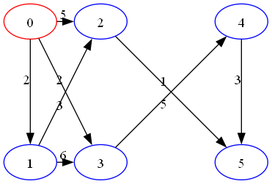
Earlier version of the Graphviz export Projekt/rysunek.png (Erdahil/AiSD2-projekt). Its source is kept beside it as Projekt/rysunek.dot.
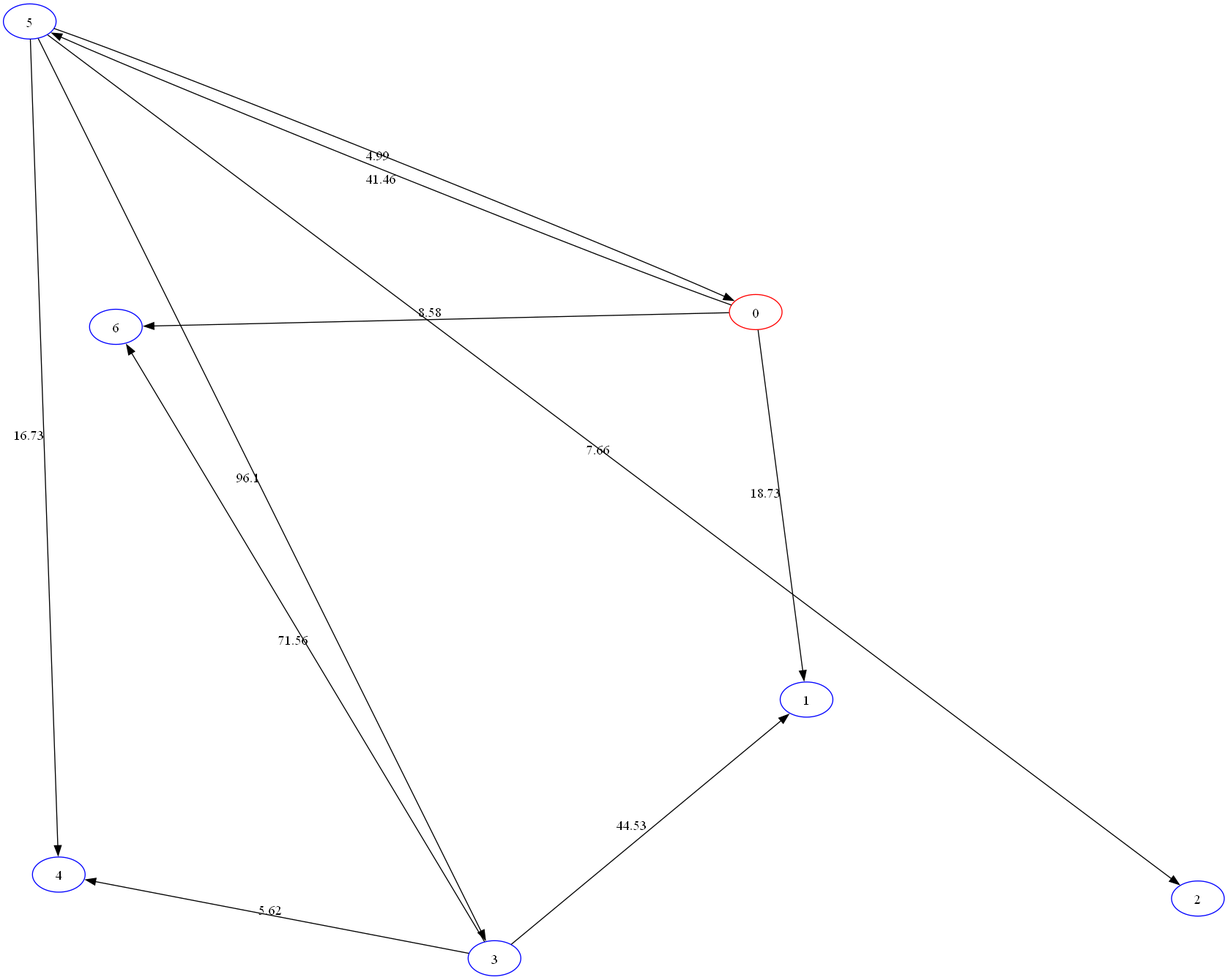
The same file after the commit.

What changed in the source:
```diff
@@ -1,16 +1,19 @@
 digraph G {
-    0 [pos="0,1!", label="0", color="red"];
-    1 [pos="0,-1!", label="1", color="blue"];
-    2 [pos="1,1!", label="2", color="blue"];
-    3 [pos="1,-1!", label="3", color="blue"];
-    4 [pos="3,1!", label="4", color="blue"];
-    5 [pos="3,-1!", label="5", color="blue"];
-    0 -> 2 [label="5"];
-    0 -> 1 [label="2"];
-    0 -> 3 [label="2"];
-    1 -> 3 [label="6"];
-    1 -> 2 [label="3"];
-    2 -> 5 [label="1"];
-    3 -> 4 [label="5"];
-    4 -> 5 [label="3"];
+    0 [pos="0.417,1.529!", label="0", color="red"];
+    1 [pos="1.14,-3.986!", label="1", color="blue"];
+    2 [pos="6.707,-6.818!", label="2", color="blue"];
+    3 [pos="-3.299,-7.668!", label="3", color="blue"];
+    4 [pos="-9.497,-6.477!", label="4", color="blue"];
+    5 [pos="-9.91,5.665!", label="5", color="blue"];
+    6 [pos="-8.685,1.319!", label="6", color="blue"];
+    0 -> 1 [label="18.73"];
+    0 -> 6 [label="8.58"];
+    0 -> 5 [label="41.46"];
+    3 -> 6 [label="71.56"];
+    3 -> 4 [label="5.62"];
+    3 -> 1 [label="44.53"];
+    5 -> 4 [label="16.73"];
+    5 -> 2 [label="7.66"];
+    5 -> 3 [label="96.1"];
+    5 -> 0 [label="4.99"];
 }
```
